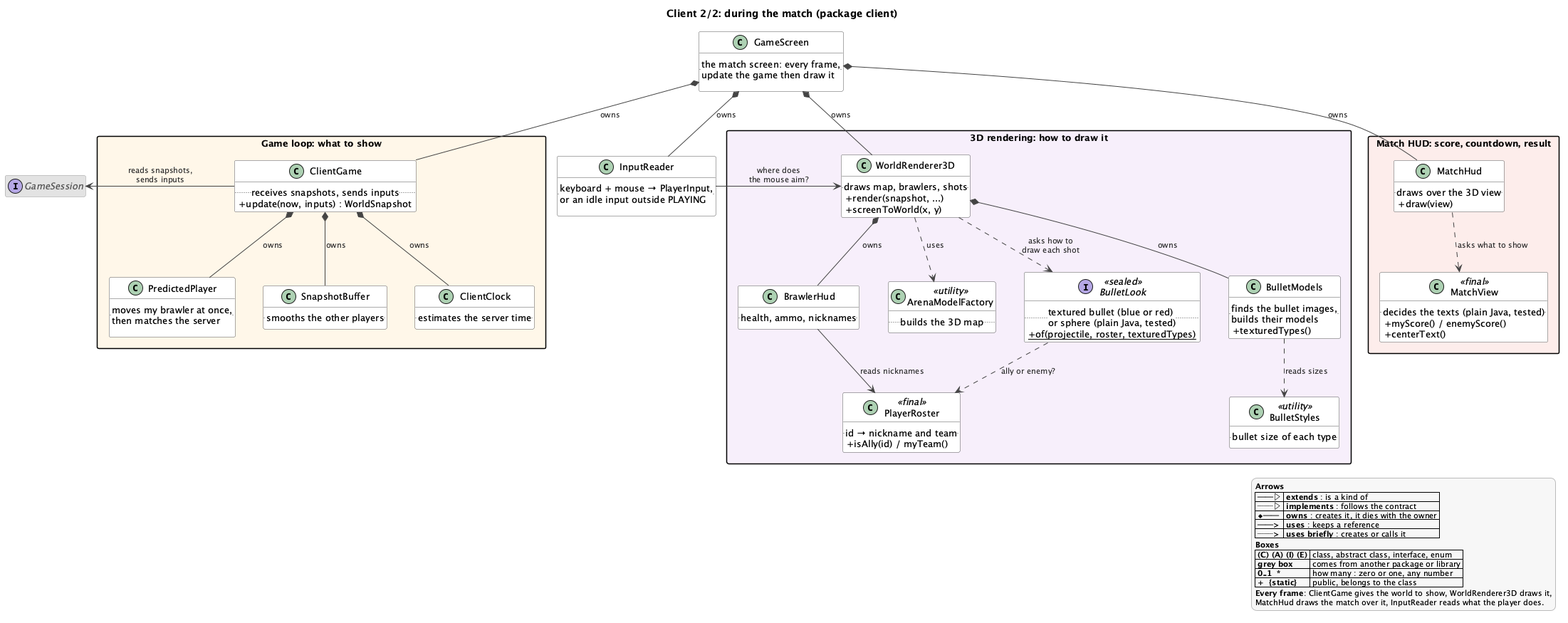
The PlantUML diagram docs/uml/client-game.png in louispouillet/2dgame, before a commit.
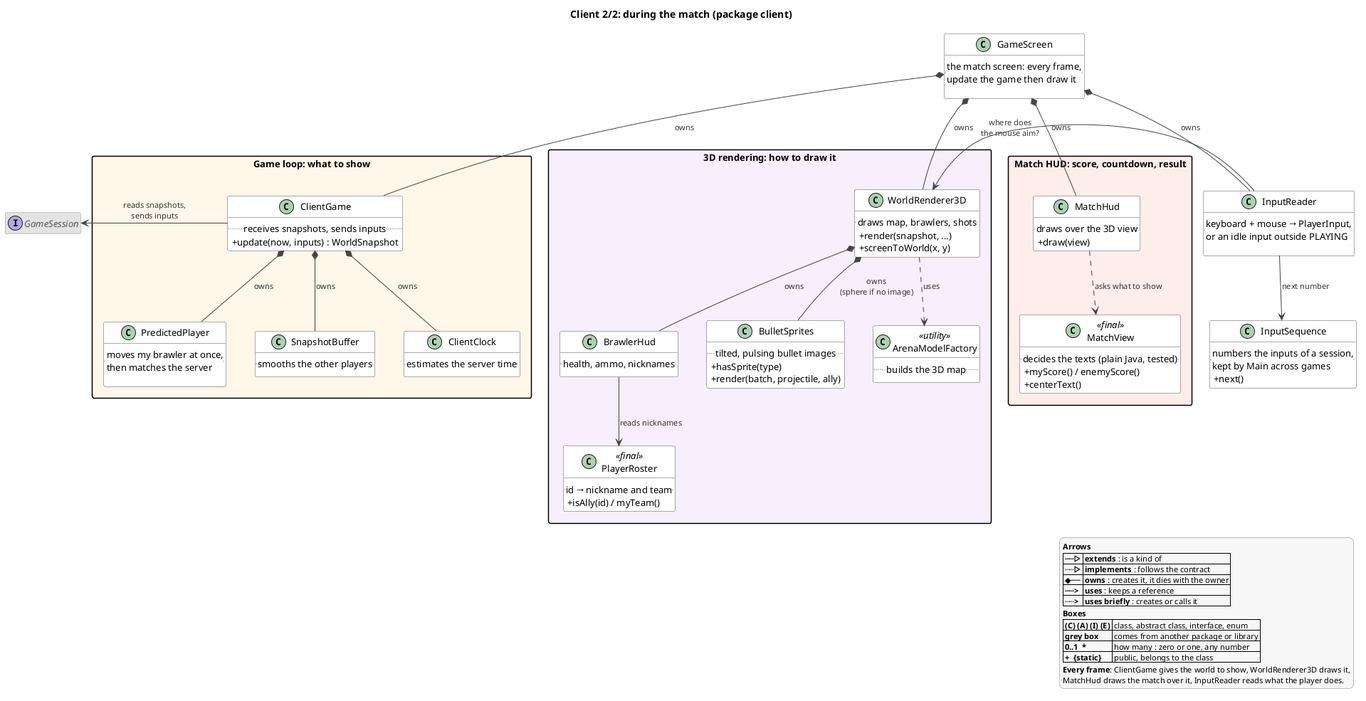
After the change.

The edit, as a diff of the source:
```diff
@@ -26,6 +26,11 @@
     .. keyboard + mouse → PlayerInput,\nor an idle input outside PLAYING ..
 }
 
+class InputSequence {
+    .. numbers the inputs of a session,\nkept by Main across games ..
+    + next()
+}
+
 package "Match HUD: score, countdown, result" #FDECEA {
     class MatchHud {
         .. draws over the 3D view ..
@@ -51,19 +56,13 @@
         .. id → nickname and team ..
         + isAlly(id) / myTeam()
     }
+    class BulletSprites {
+        .. tilted, pulsing bullet images ..
+        + hasSprite(type)
+        + render(batch, projectile, ally)
+    }
     class ArenaModelFactory <<utility>> {
         .. builds the 3D map ..
-    }
-    interface BulletLook <<sealed>> {
-        .. textured bullet (blue or red)\nor sphere (plain Java, tested) ..
-        + {static} of(projectile, roster, texturedTypes)
-    }
-    class BulletModels {
-        .. finds the bullet images,\nbuilds their models ..
-        + texturedTypes()
-    }
-    class BulletStyles <<utility>> {
-        .. bullet size of each type ..
     }
 }
 
@@ -79,14 +78,12 @@
 ClientGame *-down- ClientClock : owns
 
 InputReader -right-> WorldRenderer3D : where does\nthe mouse aim?
+InputReader -down-> InputSequence : next number
 
 WorldRenderer3D *-down- BrawlerHud : owns
 WorldRenderer3D .down.> ArenaModelFactory : uses
+WorldRenderer3D *-down- BulletSprites : owns\n(sphere if no image)
 BrawlerHud -down-> PlayerRoster : reads nicknames
-WorldRenderer3D *-down- BulletModels : owns
-WorldRenderer3D .down.> BulletLook : asks how to\ndraw each shot
-BulletLook .down.> PlayerRoster : ally or enemy?
-BulletModels .down.> BulletStyles : reads sizes
 GameScreen *-down- MatchHud : owns
 MatchHud ..> MatchView : asks what to show
 
```
